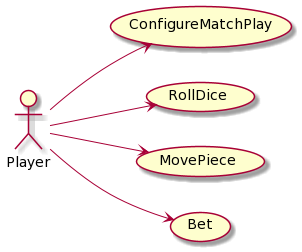
This is docs/use_cases/use_cases.png from USantaTecla-game-backgammon/backgammon, a PlantUML export, as it was before one commit.
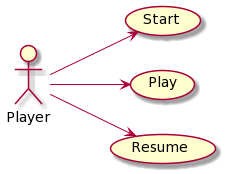
Later version of the same file.

What changed in the source:
```diff
@@ -3,14 +3,12 @@
 
 actor Player
 
-usecase ConfigureMatchPlay
-usecase RollDice
-usecase MovePiece
-usecase Bet
+usecase Start
+usecase Play
+usecase Resume
 
 
-Player --> ConfigureMatchPlay
-Player --> RollDice
-Player --> MovePiece
-Player --> Bet
+Player --> Start
+Player --> Play
+Player --> Resume
 @enduml
```
